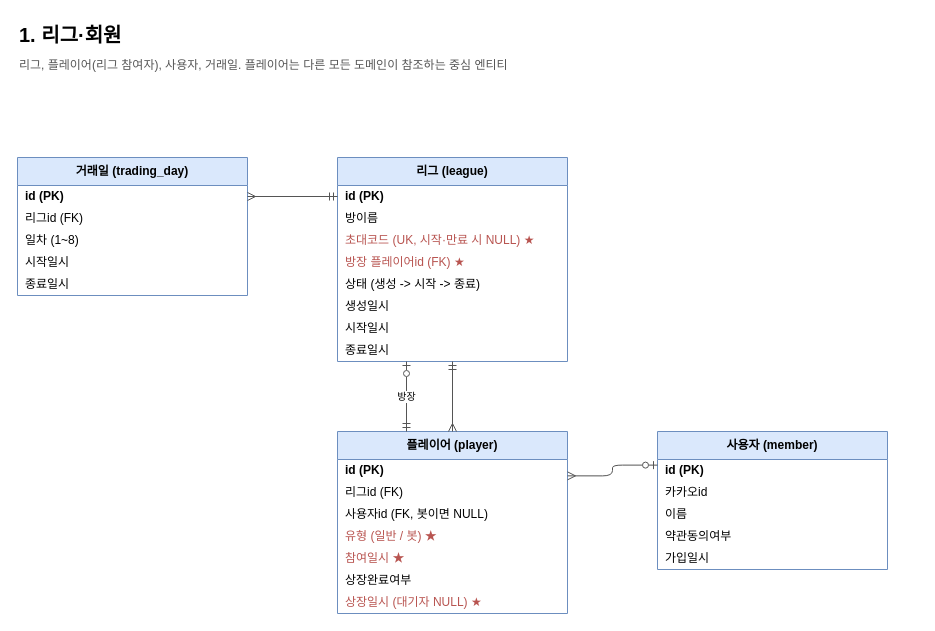
Before: page "1. 리그·회원" (2 of 9) of docs/erd/naspi.drawio in JECT-Study/naspi-5th-Server, a draw.io diagram. Source tidied: cells renumbered, new cells numbered last; positions are measured from the earlier drawing's top-left corner, leaving out a move shared by most shapes. Both pictures are drawn from the tidied source at 100%, with x=0, y=0 at pixel (17, 17).
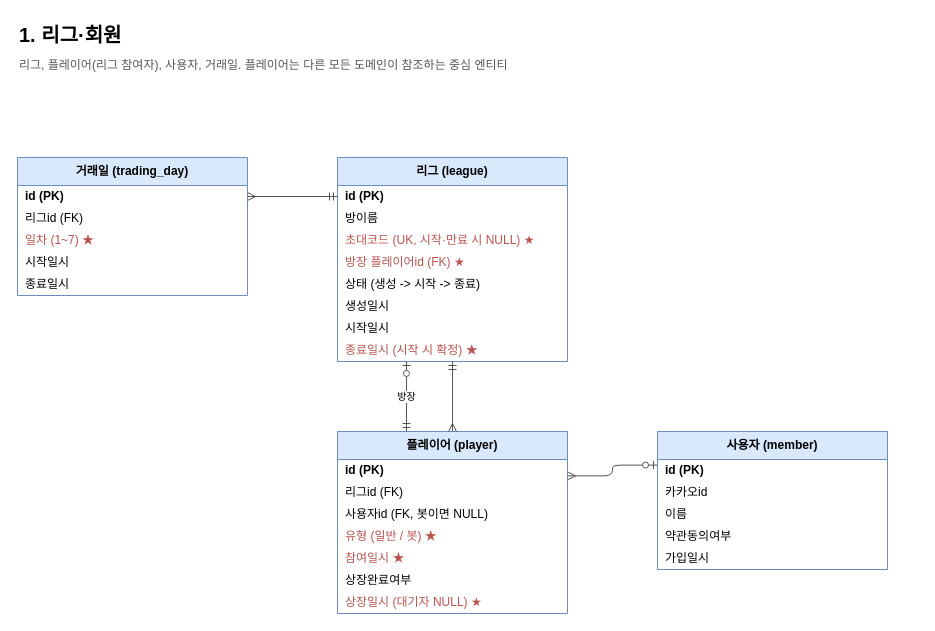
The same diagram, later.

Unchanged cells that the change refers to:
```xml
<mxCell id="2" value="거래일 (trading_day)" style="swimlane;fontStyle=1;horizontal=1;startSize=28;html=1;whiteSpace=wrap;fillColor=#dae8fc;strokeColor=#6c8ebf;" parent="1" vertex="1">
  <mxGeometry y="140" width="230" height="138" as="geometry" />
</mxCell>
<mxCell id="8" value="리그 (league)" style="swimlane;fontStyle=1;horizontal=1;startSize=28;html=1;whiteSpace=wrap;fillColor=#dae8fc;strokeColor=#6c8ebf;" parent="1" vertex="1">
  <mxGeometry x="320" y="140" width="230" height="204" as="geometry" />
</mxCell>
```

Change to the diagram source:
```diff
@@
-    <mxCell id="5" value="일차 (1~8)" style="text;strokeColor=none;fillColor=none;align=left;verticalAlign=middle;spacingLeft=6;overflow=hidden;html=1;" parent="2" vertex="1">
+    <mxCell id="5" value="일차 (1~7) ★" style="text;fontColor=#B85450;strokeColor=none;fillColor=none;align=left;verticalAlign=middle;spacingLeft=6;overflow=hidden;html=1;" parent="2" vertex="1">
       <mxGeometry y="72" width="230" height="22" as="geometry" />
     </mxCell>
@@
-    <mxCell id="16" value="종료일시" style="text;strokeColor=none;fillColor=none;align=left;verticalAlign=middle;spacingLeft=6;overflow=hidden;html=1;" parent="8" vertex="1">
+    <mxCell id="16" value="종료일시 (시작 시 확정) ★" style="text;fontColor=#B85450;strokeColor=none;fillColor=none;align=left;verticalAlign=middle;spacingLeft=6;overflow=hidden;html=1;" parent="8" vertex="1">
       <mxGeometry y="182" width="230" height="22" as="geometry" />
     </mxCell>
```
